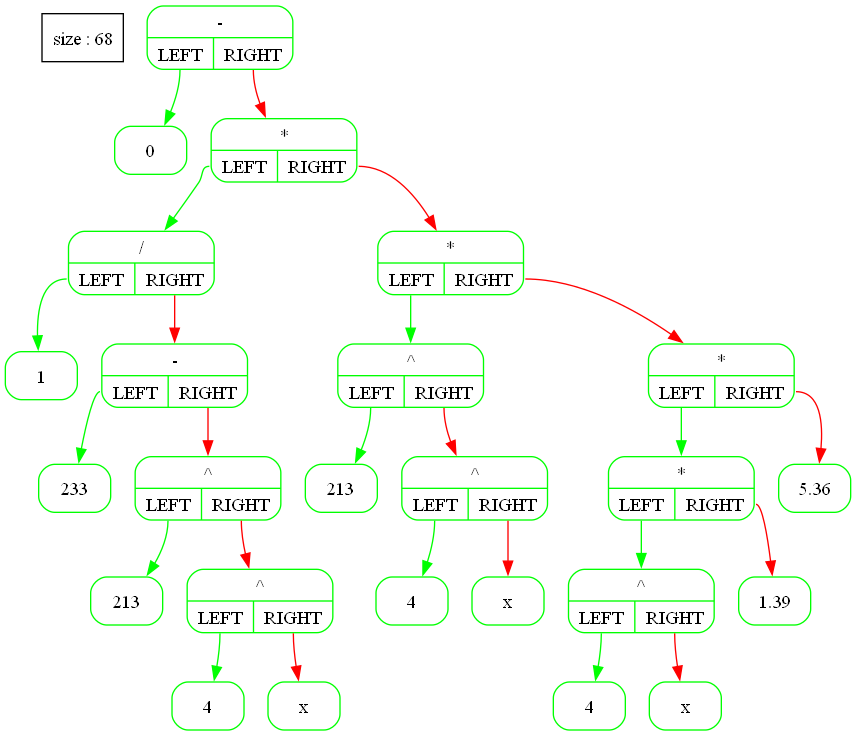
Earlier version of the Graphviz export files/Tree_graph4.png (A-Elbereth-Gilthoniel/Differentiator). Its source is kept beside it as files/Tree_graph4.dot.
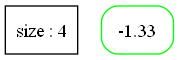
Above is the later version.

What changed in the source:
```diff
@@ -1,54 +1,6 @@
 digraph G {
-  tree [shape=box ; stryle=rounded ; label="size : 68"];
+  tree [shape=box ; stryle=rounded ; label="size : 4"];
   edge [color=black];
   node [shape=record ; style=rounded ; color=green];
-14992088 [label="{-|{<YES>LEFT|<NO>RIGHT}}"];
-14988968 [label="{0}"];
-14990848 [label="{*|{<YES>LEFT|<NO>RIGHT}}"];
-14988528 [label="{/|{<YES>LEFT|<NO>RIGHT}}"];
-14989168 [label="{1}"];
-14989008 [label="{-|{<YES>LEFT|<NO>RIGHT}}"];
-14988768 [label="{233}"];
-14988608 [label="{^|{<YES>LEFT|<NO>RIGHT}}"];
-14989208 [label="{213}"];
-14988368 [label="{^|{<YES>LEFT|<NO>RIGHT}}"];
-14988848 [label="{4}"];
-14989248 [label="{x}"];
-14989448 [label="{*|{<YES>LEFT|<NO>RIGHT}}"];
-14990168 [label="{^|{<YES>LEFT|<NO>RIGHT}}"];
-14989368 [label="{213}"];
-14989848 [label="{^|{<YES>LEFT|<NO>RIGHT}}"];
-14988128 [label="{4}"];
-14989568 [label="{x}"];
-14990408 [label="{*|{<YES>LEFT|<NO>RIGHT}}"];
-14990288 [label="{*|{<YES>LEFT|<NO>RIGHT}}"];
-14990448 [label="{^|{<YES>LEFT|<NO>RIGHT}}"];
-14990128 [label="{4}"];
-14989488 [label="{x}"];
-14989968 [label="{1.39}"];
-14990368 [label="{5.36}"];
-14992088:<YES> -> 14988968 [color=green];
-14992088:<NO> -> 14990848 [color=red];
-14990848:<YES> -> 14988528 [color=green];
-14988528:<YES> -> 14989168 [color=green];
-14988528:<NO> -> 14989008 [color=red];
-14989008:<YES> -> 14988768 [color=green];
-14989008:<NO> -> 14988608 [color=red];
-14988608:<YES> -> 14989208 [color=green];
-14988608:<NO> -> 14988368 [color=red];
-14988368:<YES> -> 14988848 [color=green];
-14988368:<NO> -> 14989248 [color=red];
-14990848:<NO> -> 14989448 [color=red];
-14989448:<YES> -> 14990168 [color=green];
-14990168:<YES> -> 14989368 [color=green];
-14990168:<NO> -> 14989848 [color=red];
-14989848:<YES> -> 14988128 [color=green];
-14989848:<NO> -> 14989568 [color=red];
-14989448:<NO> -> 14990408 [color=red];
-14990408:<YES> -> 14990288 [color=green];
-14990288:<YES> -> 14990448 [color=green];
-14990448:<YES> -> 14990128 [color=green];
-14990448:<NO> -> 14989488 [color=red];
-14990288:<NO> -> 14989968 [color=red];
-14990408:<NO> -> 14990368 [color=red];
+14906424 [label="{-1.33}"];
 }
```
